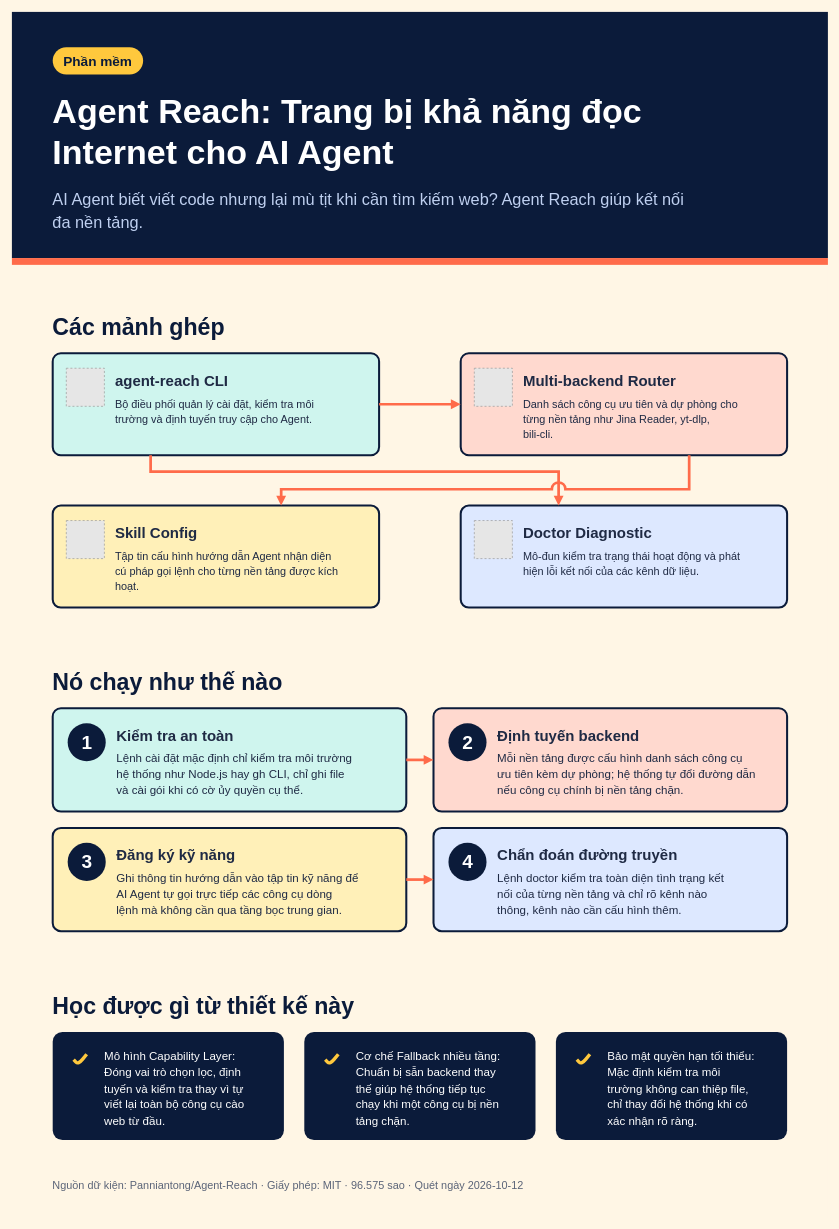
The draw.io diagram design-samples/2026-10-12/agent-reach/drawio-vi.drawio in vohoailinh90/Github-radar, before the edit. Source tidied: cells renumbered, new cells numbered last; positions are measured from the earlier drawing's top-left corner, leaving out a move shared by most shapes. Both pictures are drawn from the tidied source at 68%, with x=0, y=0 at pixel (12, 12). Pictures stored in the file or linked from it are replaced by grey dashed boxes.
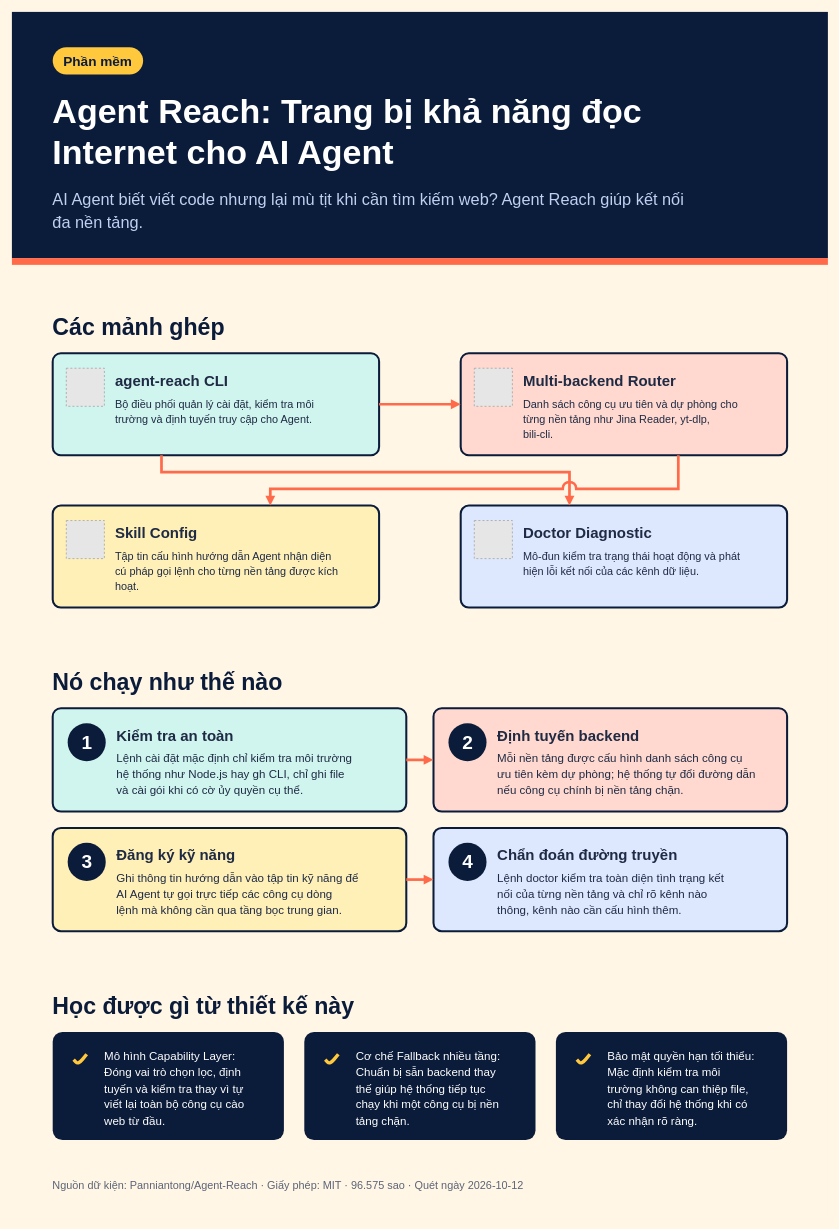
The same page after the edit.

Commit message:
chore: redraw the draw.io samples with the corrected connector routing

Claude-Session: https://claude.ai/code/session_01XLb5MpLxtXpojyxmgfDzC7

The change refers to these unchanged cells:
```xml
<mxCell id="9" value="&lt;div style=&quot;font-size:22px;font-weight:bold;line-height:1.25;color:#1F2A44&quot;&gt;agent-reach CLI&lt;/div&gt;&lt;div style=&quot;font-size:16px;font-weight:normal;line-height:1.4;color:#1F2A44;margin-top:10px&quot;&gt;Bộ điều phối quản lý cài đặt, kiểm tra môi&lt;br&gt;trường và định tuyến truy cập cho Agent.&lt;/div&gt;" style="rounded=1;arcSize=8;html=1;whiteSpace=wrap;fillColor=#CFF5EE;strokeColor=#0B1B3A;strokeWidth=3;fontFamily=Helvetica;align=left;verticalAlign=top;spacingTop=22;spacingLeft=92;spacingRight=20;spacing=0;" parent="1" vertex="1">
  <mxGeometry x="60" y="502" width="480" height="150" as="geometry" />
</mxCell>
<mxCell id="11" value="&lt;div style=&quot;font-size:22px;font-weight:bold;line-height:1.25;color:#1F2A44&quot;&gt;Multi-backend Router&lt;/div&gt;&lt;div style=&quot;font-size:16px;font-weight:normal;line-height:1.4;color:#1F2A44;margin-top:10px&quot;&gt;Danh sách công cụ ưu tiên và dự phòng cho&lt;br&gt;từng nền tảng như Jina Reader, yt-dlp,&lt;br&gt;bili-cli.&lt;/div&gt;" style="rounded=1;arcSize=8;html=1;whiteSpace=wrap;fillColor=#FFD9CF;strokeColor=#0B1B3A;strokeWidth=3;fontFamily=Helvetica;align=left;verticalAlign=top;spacingTop=22;spacingLeft=92;spacingRight=20;spacing=0;" parent="1" vertex="1">
  <mxGeometry x="660" y="502" width="480" height="150" as="geometry" />
</mxCell>
<mxCell id="13" value="&lt;div style=&quot;font-size:22px;font-weight:bold;line-height:1.25;color:#1F2A44&quot;&gt;Skill Config&lt;/div&gt;&lt;div style=&quot;font-size:16px;font-weight:normal;line-height:1.4;color:#1F2A44;margin-top:10px&quot;&gt;Tập tin cấu hình hướng dẫn Agent nhận diện&lt;br&gt;cú pháp gọi lệnh cho từng nền tảng được kích&lt;br&gt;hoạt.&lt;/div&gt;" style="rounded=1;arcSize=8;html=1;whiteSpace=wrap;fillColor=#FFF0B8;strokeColor=#0B1B3A;strokeWidth=3;fontFamily=Helvetica;align=left;verticalAlign=top;spacingTop=22;spacingLeft=92;spacingRight=20;spacing=0;" parent="1" vertex="1">
  <mxGeometry x="60" y="726" width="480" height="150" as="geometry" />
</mxCell>
<mxCell id="15" value="&lt;div style=&quot;font-size:22px;font-weight:bold;line-height:1.25;color:#1F2A44&quot;&gt;Doctor Diagnostic&lt;/div&gt;&lt;div style=&quot;font-size:16px;font-weight:normal;line-height:1.4;color:#1F2A44;margin-top:10px&quot;&gt;Mô-đun kiểm tra trạng thái hoạt động và phát&lt;br&gt;hiện lỗi kết nối của các kênh dữ liệu.&lt;/div&gt;" style="rounded=1;arcSize=8;html=1;whiteSpace=wrap;fillColor=#DDE8FF;strokeColor=#0B1B3A;strokeWidth=3;fontFamily=Helvetica;align=left;verticalAlign=top;spacingTop=22;spacingLeft=92;spacingRight=20;spacing=0;" parent="1" vertex="1">
  <mxGeometry x="660" y="726" width="480" height="150" as="geometry" />
</mxCell>
```

The edit, as a diff of the source:
```diff
@@
-    <mxCell id="35" style="html=1;rounded=0;edgeStyle=orthogonalEdgeStyle;endArrow=block;endFill=1;endSize=4;strokeColor=#FF6B4A;strokeWidth=4;exitPerimeter=0;entryPerimeter=0;jumpStyle=arc;jumpSize=14;exitX=0.3;exitY=1;entryX=0.3;entryY=0;" parent="1" edge="1" source="9" target="15">
+    <mxCell id="35" style="html=1;rounded=0;edgeStyle=orthogonalEdgeStyle;endArrow=block;endFill=1;endSize=4;strokeColor=#FF6B4A;strokeWidth=4;exitPerimeter=0;entryPerimeter=0;jumpStyle=arc;jumpSize=14;exitX=0.3333;exitY=1;entryX=0.3333;entryY=0;" parent="1" edge="1" source="9" target="15">
       <mxGeometry relative="1" as="geometry">
         <Array as="points">
-          <mxPoint x="204" y="676" />
-          <mxPoint x="804" y="676" />
+          <mxPoint x="220" y="676.7" />
+          <mxPoint x="820" y="676.7" />
         </Array>
       </mxGeometry>
     </mxCell>
-    <mxCell id="36" style="html=1;rounded=0;edgeStyle=orthogonalEdgeStyle;endArrow=block;endFill=1;endSize=4;strokeColor=#FF6B4A;strokeWidth=4;exitPerimeter=0;entryPerimeter=0;jumpStyle=arc;jumpSize=14;exitX=0.7;exitY=1;entryX=0.7;entryY=0;" parent="1" edge="1" source="11" target="13">
+    <mxCell id="36" style="html=1;rounded=0;edgeStyle=orthogonalEdgeStyle;endArrow=block;endFill=1;endSize=4;strokeColor=#FF6B4A;strokeWidth=4;exitPerimeter=0;entryPerimeter=0;jumpStyle=arc;jumpSize=14;exitX=0.6667;exitY=1;entryX=0.6667;entryY=0;" parent="1" edge="1" source="11" target="13">
       <mxGeometry relative="1" as="geometry">
         <Array as="points">
-          <mxPoint x="996" y="702" />
-          <mxPoint x="396" y="702" />
+          <mxPoint x="980" y="701.3" />
+          <mxPoint x="380" y="701.3" />
         </Array>
       </mxGeometry>
     </mxCell>
```
